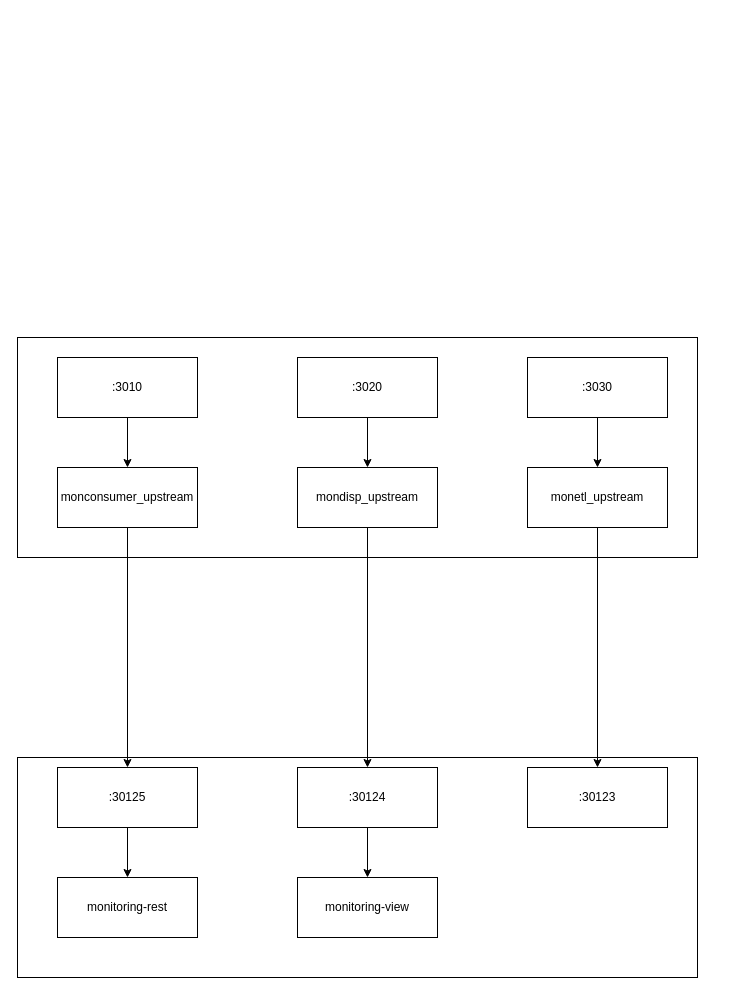
Above: charts/Untitled Diagram.drawio in amravyan/k8s-dash-test (draw.io), before the change. Source tidied: cells renumbered, new cells numbered last; positions are measured from the earlier drawing's top-left corner, leaving out a move shared by most shapes. Both pictures are drawn from the tidied source at 100%, with x=0, y=0 at pixel (17, 337).
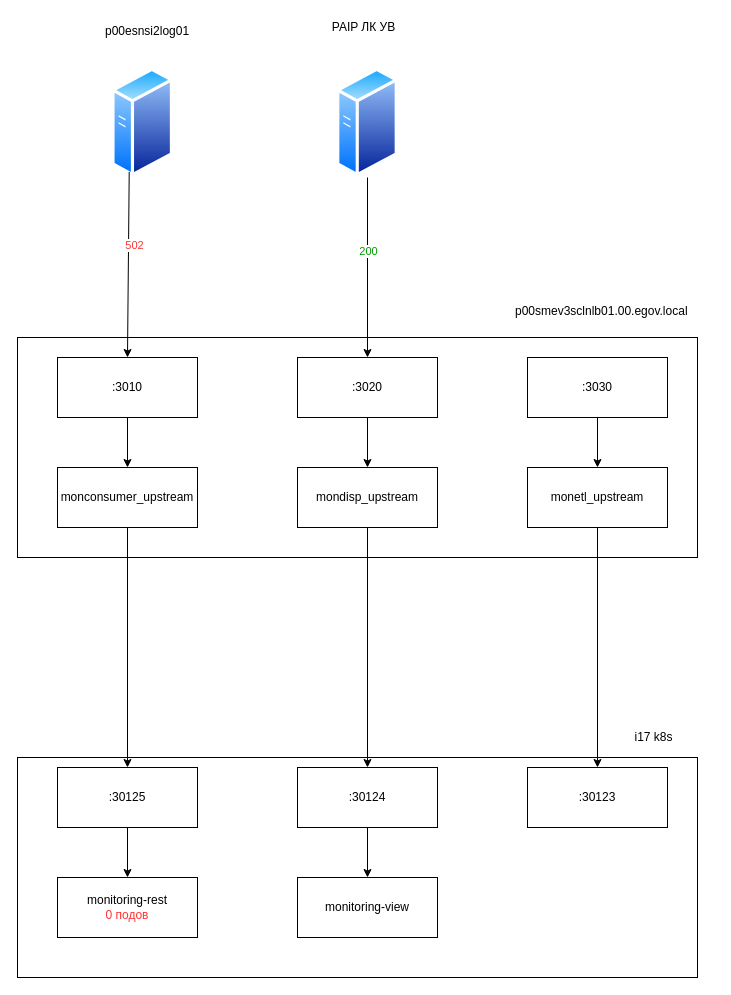
The same diagram, later.

Unchanged cells that the change refers to:
```xml
<mxCell id="4" value=":3010" style="rounded=0;whiteSpace=wrap;html=1;" parent="1" vertex="1">
  <mxGeometry x="40" y="20" width="140" height="60" as="geometry" />
</mxCell>
<mxCell id="11" value=":3020" style="rounded=0;whiteSpace=wrap;html=1;" parent="1" vertex="1">
  <mxGeometry x="280" y="20" width="140" height="60" as="geometry" />
</mxCell>
```

Change to the diagram source:
```diff
@@
-    <mxCell id="7" value="monitoring-rest" style="rounded=0;whiteSpace=wrap;html=1;" parent="1" vertex="1">
+    <mxCell id="7" value="monitoring-rest&lt;br&gt;&lt;font color=&quot;#ff3333&quot;&gt;0 подов&lt;/font&gt;" style="rounded=0;whiteSpace=wrap;html=1;" parent="1" vertex="1">
       <mxGeometry x="40" y="540" width="140" height="60" as="geometry" />
     </mxCell>
@@
+    <mxCell id="23" value="p00smev3sclnlb01.00.egov.local" style="text;whiteSpace=wrap;html=1;" parent="1" vertex="1">
+      <mxGeometry x="496" y="-40" width="200" height="30" as="geometry" />
+    </mxCell>
+    <mxCell id="24" value="p00esnsi2log01" style="text;whiteSpace=wrap;html=1;" parent="1" vertex="1">
+      <mxGeometry x="86" y="-320" width="110" height="30" as="geometry" />
+    </mxCell>
+    <mxCell id="25" style="perimeter=ellipsePerimeter;html=1;align=center;shadow=0;dashed=0;spacingTop=3;image;image=img/lib/active_directory/generic_server.svg;" parent="1" vertex="1">
+      <mxGeometry x="94.4" y="-270" width="61.6" height="110" as="geometry" />
+    </mxCell>
+    <mxCell id="26" style="endArrow=classic;html=1;rounded=0;exitX=0.25;exitY=1;exitDx=0;exitDy=0;entryX=0.5;entryY=0;entryDx=0;entryDy=0;" parent="1" edge="1" source="25" target="4">
+      <mxGeometry relative="1" as="geometry" />
+    </mxCell>
+    <mxCell id="27" value="502" style="edgeLabel;html=1;align=center;verticalAlign=middle;fontColor=#FF3333;" parent="26" vertex="1">
+      <mxGeometry x="-0.21" y="5" relative="1" as="geometry" />
+    </mxCell>
+    <mxCell id="28" style="perimeter=ellipsePerimeter;html=1;align=center;shadow=0;dashed=0;spacingTop=3;image;image=img/lib/active_directory/generic_server.svg;" parent="1" vertex="1">
+      <mxGeometry x="319.2" y="-270" width="61.6" height="110" as="geometry" />
+    </mxCell>
+    <mxCell id="29" style="endArrow=classic;html=1;rounded=0;fontColor=#FF3333;exitX=0.5;exitY=1;exitDx=0;exitDy=0;" parent="1" edge="1" source="28" target="11">
+      <mxGeometry relative="1" as="geometry" />
+    </mxCell>
+    <mxCell id="30" value="&lt;font color=&quot;#009900&quot;&gt;200&lt;/font&gt;" style="edgeLabel;html=1;align=center;verticalAlign=middle;fontColor=#FF3333;" parent="29" vertex="1">
+      <mxGeometry x="-0.19" relative="1" as="geometry" />
+    </mxCell>
+    <mxCell id="31" value="&lt;font color=&quot;#000000&quot;&gt;PAIP ЛК УВ&lt;/font&gt;" style="text;html=1;align=center;verticalAlign=middle;strokeColor=none;fillColor=none;fontColor=#009900;" parent="1" vertex="1">
+      <mxGeometry x="306" y="-320" width="80" height="20" as="geometry" />
+    </mxCell>
+    <mxCell id="32" value="i17 k8s" style="text;html=1;align=center;verticalAlign=middle;strokeColor=none;fillColor=none;fontColor=#000000;" parent="1" vertex="1">
+      <mxGeometry x="611" y="390" width="50" height="20" as="geometry" />
+    </mxCell>
```
